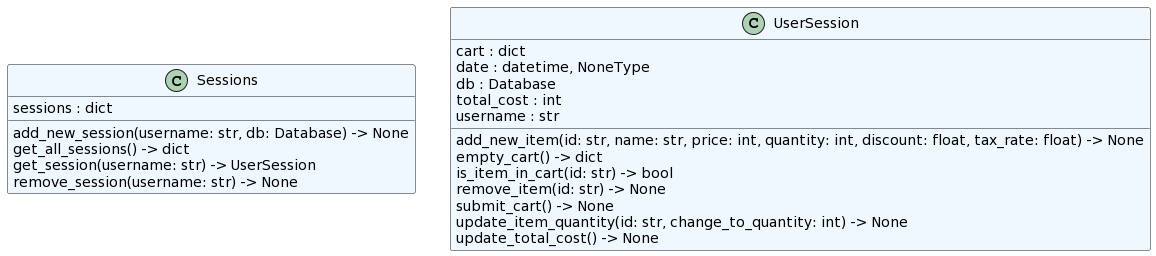
The PlantUML diagram docs/diagrams/system/core_classes.png in jerry327755/onlineStoreTemplate, before a commit. Its diagram source:
```plantuml
@startuml
set namespaceSeparator none
class "Sessions" as core.session.Sessions #aliceblue {
  sessions : dict
  add_new_session(username: str, db: Database) -> None
  get_all_sessions() -> dict
  get_session(username: str) -> UserSession
  remove_session(username: str) -> None
}
class "UserSession" as core.session.UserSession #aliceblue {
  cart : dict
  date : datetime, NoneType
  db : Database
  total_cost : int
  username : str
  add_new_item(id: str, name: str, price: int, quantity: int, discount: float, tax_rate: float) -> None
  empty_cart() -> dict
  is_item_in_cart(id: str) -> bool
  remove_item(id: str) -> None
  submit_cart() -> None
  update_item_quantity(id: str, change_to_quantity: int) -> None
  update_total_cost() -> None
}
@enduml
```
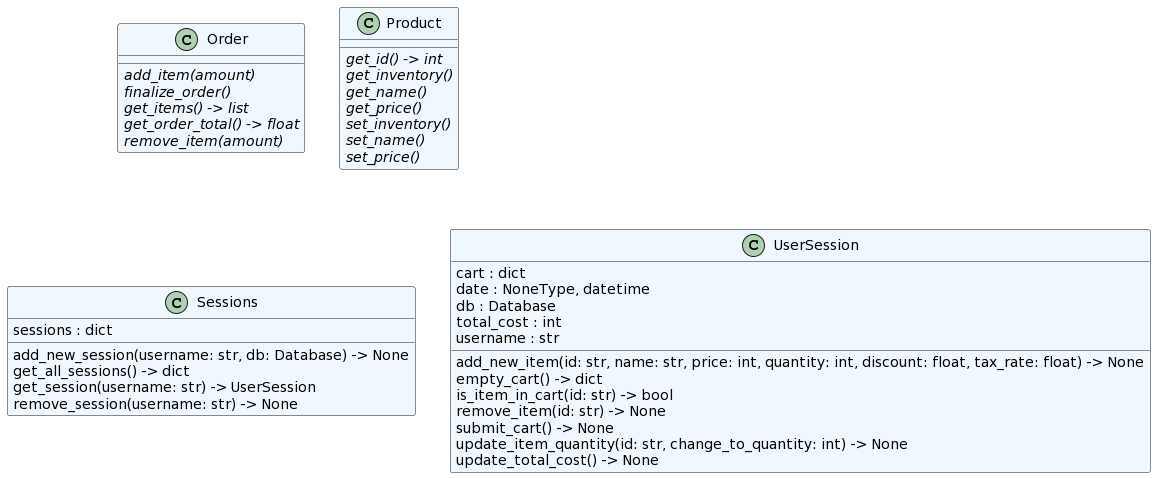
The same file after the commit.

Commit message:
p2.md - part 2, updated class diagrams

Diff of the diagram source:
```diff
@@ -1,5 +1,21 @@
 @startuml
 set namespaceSeparator none
+class "Order" as core.order.Order #aliceblue {
+  {abstract}add_item(amount)
+  {abstract}finalize_order()
+  {abstract}get_items() -> list
+  {abstract}get_order_total() -> float
+  {abstract}remove_item(amount)
+}
+class "Product" as core.product.Product #aliceblue {
+  {abstract}get_id() -> int
+  {abstract}get_inventory()
+  {abstract}get_name()
+  {abstract}get_price()
+  {abstract}set_inventory()
+  {abstract}set_name()
+  {abstract}set_price()
+}
 class "Sessions" as core.session.Sessions #aliceblue {
   sessions : dict
   add_new_session(username: str, db: Database) -> None
@@ -9,7 +25,7 @@
 }
 class "UserSession" as core.session.UserSession #aliceblue {
   cart : dict
-  date : datetime, NoneType
+  date : NoneType, datetime
   db : Database
   total_cost : int
   username : str
```
